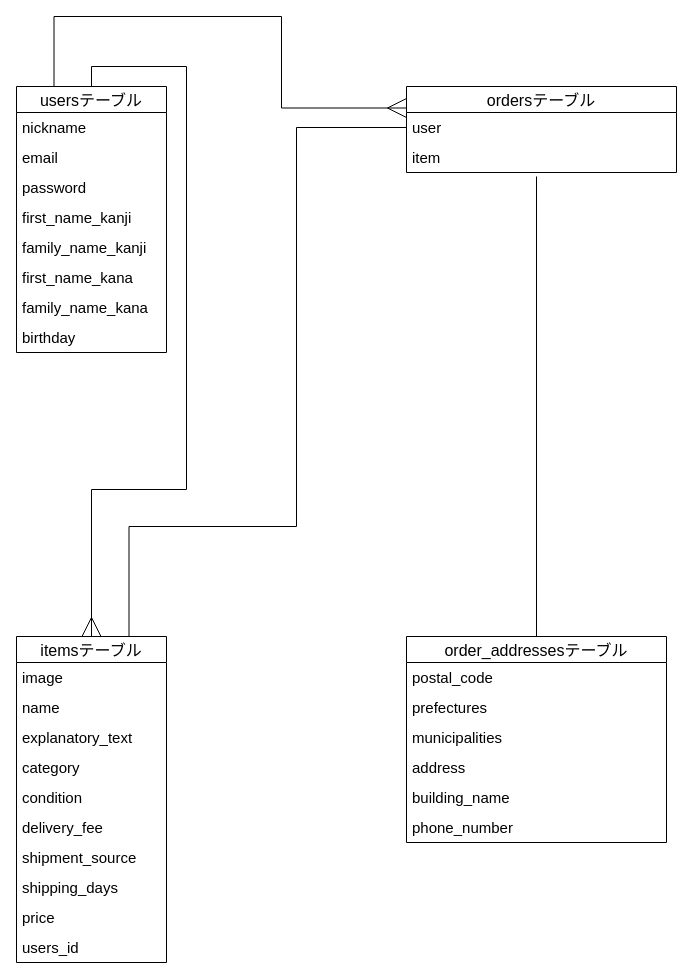
Earlier version of the draw.io diagram er.dio (taro-sakakibara/furima_31998). Source tidied: cells renumbered, new cells numbered last; positions are measured from the earlier drawing's top-left corner, leaving out a move shared by most shapes. Both pictures are drawn from the tidied source at 100%, with x=0, y=0 at pixel (16, 16).
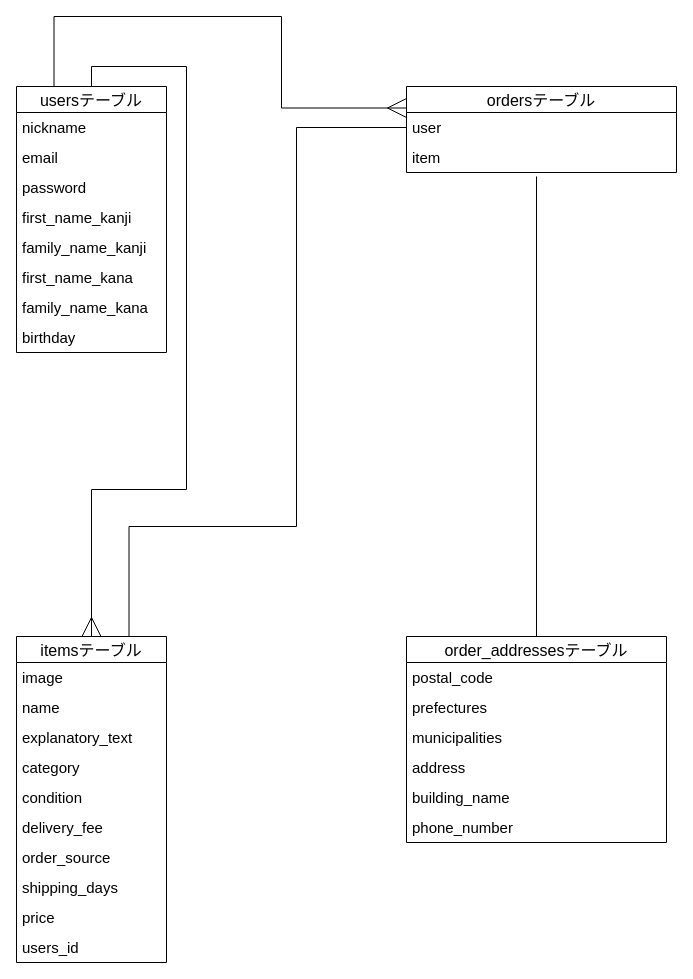
The same page after the edit.

The change refers to these unchanged cells:
```xml
<mxCell id="3" value="itemsテーブル" style="swimlane;fontStyle=0;horizontal=1;startSize=26;align=center;fontSize=16;" parent="1" vertex="1">
  <mxGeometry y="620" width="150" height="326" as="geometry" />
</mxCell>
```

What changed in the source:
```diff
@@
-    <mxCell id="10" value="shipment_source" style="text;strokeColor=none;fillColor=none;spacingLeft=4;spacingRight=4;overflow=hidden;fontSize=15;" parent="3" vertex="1">
+    <mxCell id="10" value="order_source" style="text;strokeColor=none;fillColor=none;spacingLeft=4;spacingRight=4;overflow=hidden;fontSize=15;" parent="3" vertex="1">
       <mxGeometry y="206" width="150" height="30" as="geometry" />
     </mxCell>
```
